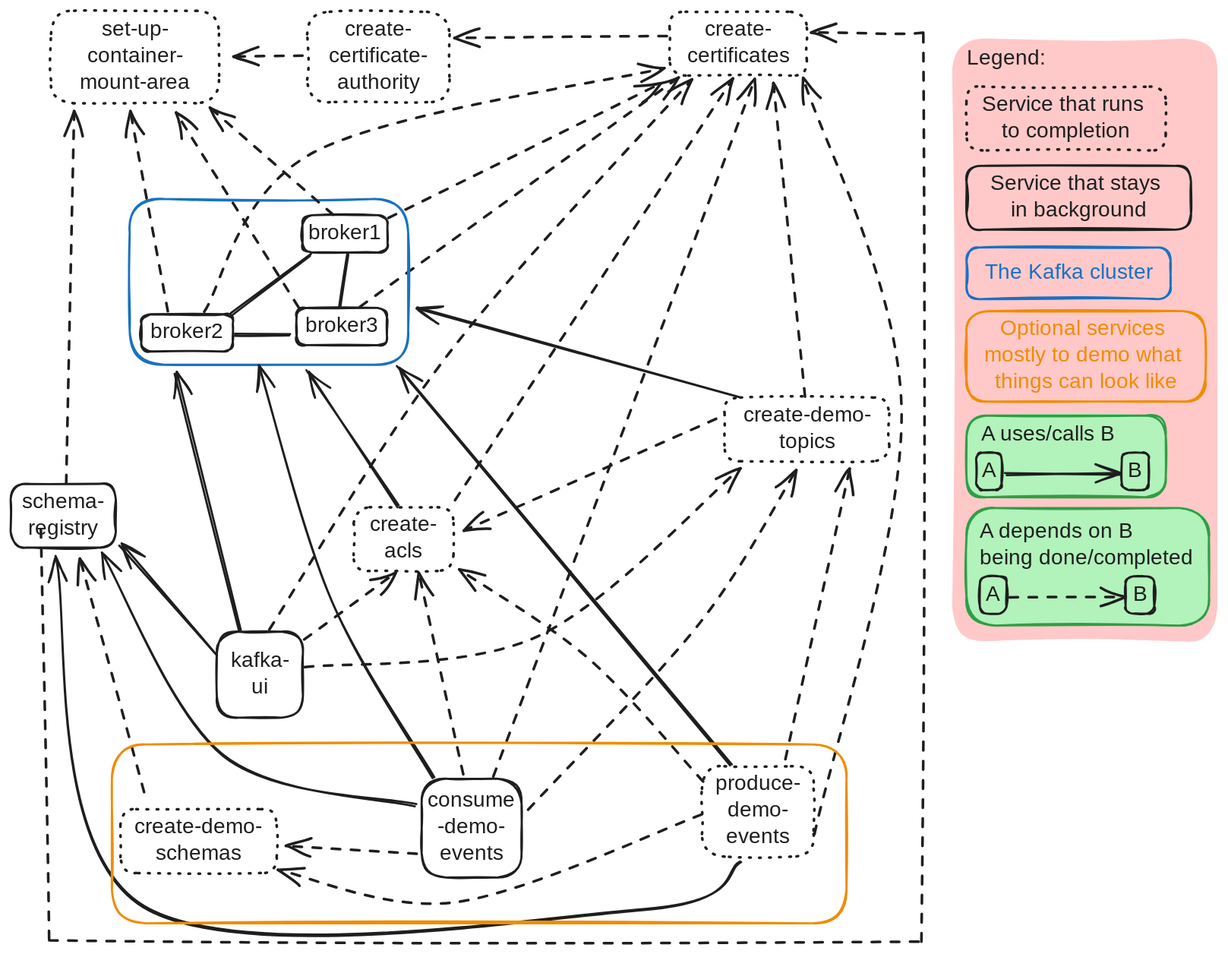
Earlier version of the Excalidraw export GetStarted/MultiBrokerClusterWithAuthAndMtls/2024-08-28T15.48_KafkaComposeDependencies.excalidraw.svg (NorskHelsenett/Kafka). Source tidied: one line per element, renumbered; positions are measured from the earlier drawing's top-left corner, leaving out a move shared by most shapes.
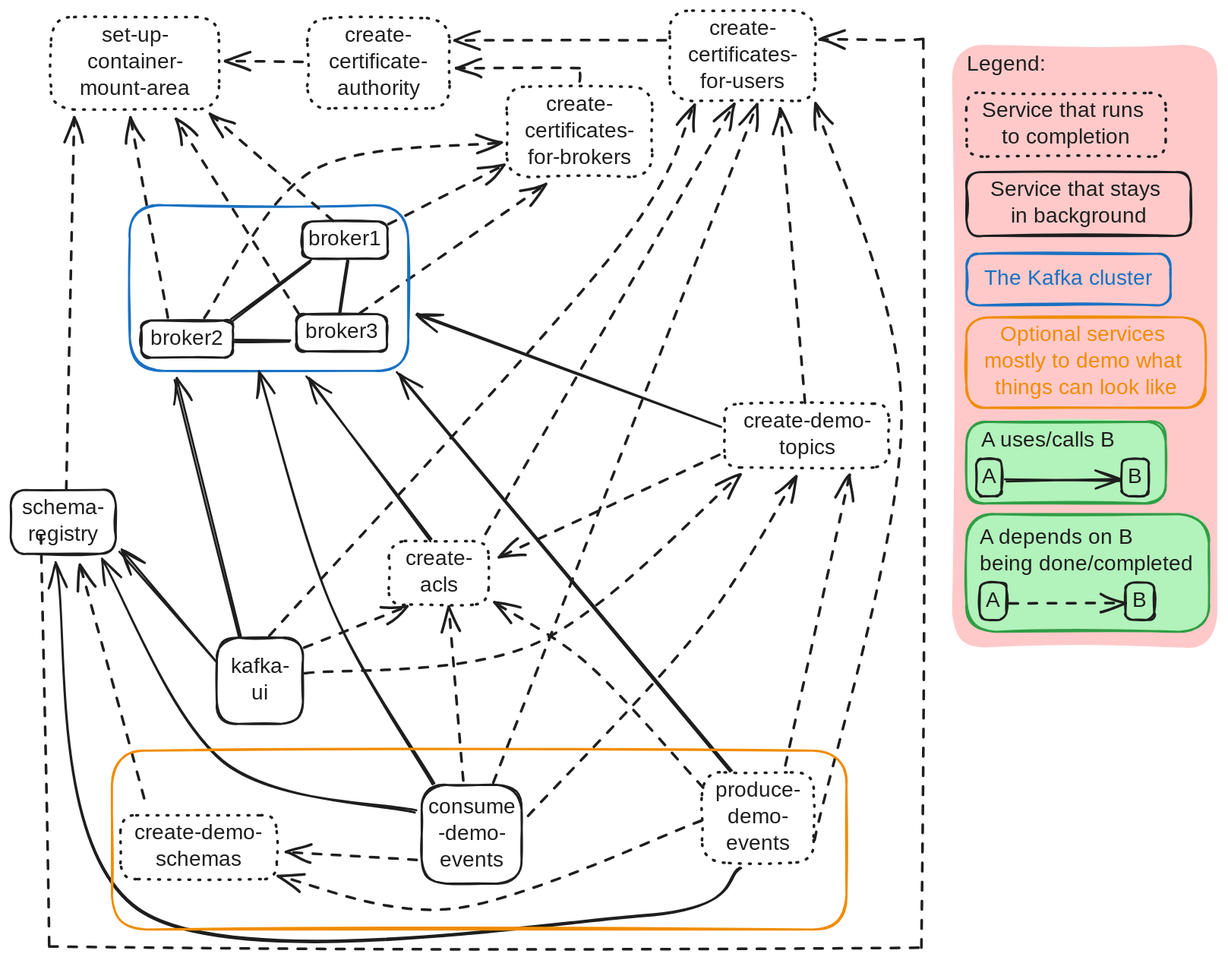
After the change.

Commit message:
Documentation: Update services overview

The edit, as a diff of the source:
```diff
@@ -3,16 +3,16 @@
 {"id": 2, "type": "text", "text": "set-up-\ncontainer-\nmount-area", "strokeColor": "#1e1e1e", "strokeWidth": 2, "roughness": 1, "fontSize": 20, "fontFamily": 5, "textAlign": "center", "verticalAlign": "middle", "inside": 1, "x": 63, "y": 6, "width": 108, "height": 75}
 {"id": 3, "type": "rectangle", "strokeColor": "#1e1e1e", "strokeWidth": 2, "strokeStyle": "dotted", "roughness": 1, "round": true, "x": 279, "y": 1, "width": 134, "height": 85}
 {"id": 4, "type": "text", "text": "create-\ncertificate-\nauthority", "strokeColor": "#1e1e1e", "strokeWidth": 2, "roughness": 1, "fontSize": 20, "fontFamily": 5, "textAlign": "center", "verticalAlign": "middle", "inside": 3, "x": 290, "y": 6, "width": 113, "height": 75}
-{"id": 5, "type": "rectangle", "strokeColor": "#1e1e1e", "strokeWidth": 2, "strokeStyle": "dotted", "roughness": 1, "round": true, "x": 620, "y": 1, "width": 129, "height": 60}
+{"id": 5, "type": "rectangle", "strokeColor": "#1e1e1e", "strokeWidth": 2, "strokeStyle": "dotted", "roughness": 1, "round": true, "x": 620, "y": -6, "width": 137, "height": 85}
-{"id": 6, "type": "text", "text": "create-\ncertificates", "strokeColor": "#1e1e1e", "strokeWidth": 2, "roughness": 1, "fontSize": 20, "fontFamily": 5, "textAlign": "center", "verticalAlign": "middle", "inside": 5, "x": 627, "y": 6, "width": 116, "height": 50}
+{"id": 6, "type": "text", "text": "create-\ncertificates-\nfor-users", "strokeColor": "#1e1e1e", "strokeWidth": 2, "roughness": 1, "fontSize": 20, "fontFamily": 5, "textAlign": "center", "verticalAlign": "middle", "inside": 5, "x": 627, "y": -1, "width": 124, "height": 75}
 {"id": 7, "type": "rectangle", "strokeColor": "#1e1e1e", "strokeWidth": 2, "roughness": 1, "round": true, "x": 275, "y": 192, "width": 80, "height": 35}
 {"id": 8, "type": "text", "text": "broker1", "strokeColor": "#1e1e1e", "strokeWidth": 2, "roughness": 1, "fontSize": 20, "fontFamily": 5, "textAlign": "center", "verticalAlign": "middle", "inside": 7, "x": 280, "y": 197, "width": 70, "height": 25}
 {"id": 9, "type": "rectangle", "strokeColor": "#1e1e1e", "strokeWidth": 2, "roughness": 1, "round": true, "x": 269, "y": 280, "width": 85, "height": 35}
 {"id": 10, "type": "text", "text": "broker3", "strokeColor": "#1e1e1e", "strokeWidth": 2, "roughness": 1, "fontSize": 20, "fontFamily": 5, "textAlign": "center", "verticalAlign": "middle", "inside": 9, "x": 275, "y": 284, "width": 73, "height": 25}
 {"id": 11, "type": "rectangle", "strokeColor": "#1e1e1e", "strokeWidth": 2, "roughness": 1, "round": true, "x": 123, "y": 286, "width": 86, "height": 35}
 {"id": 12, "type": "text", "text": "broker2", "strokeColor": "#1e1e1e", "strokeWidth": 2, "roughness": 1, "fontSize": 20, "fontFamily": 5, "textAlign": "center", "verticalAlign": "middle", "inside": 11, "x": 128, "y": 290, "width": 75, "height": 25}
-{"id": 13, "type": "rectangle", "strokeColor": "#1e1e1e", "strokeWidth": 2, "strokeStyle": "dotted", "roughness": 1, "round": true, "x": 323, "y": 467, "width": 94, "height": 60}
+{"id": 13, "type": "rectangle", "strokeColor": "#1e1e1e", "strokeWidth": 2, "strokeStyle": "dotted", "roughness": 1, "round": true, "x": 356, "y": 493, "width": 94, "height": 60}
-{"id": 14, "type": "text", "text": "create-\nacls", "strokeColor": "#1e1e1e", "strokeWidth": 2, "roughness": 1, "fontSize": 20, "fontFamily": 5, "textAlign": "center", "verticalAlign": "middle", "inside": 13, "x": 334, "y": 472, "width": 71, "height": 50}
+{"id": 14, "type": "text", "text": "create-\nacls", "strokeColor": "#1e1e1e", "strokeWidth": 2, "roughness": 1, "fontSize": 20, "fontFamily": 5, "textAlign": "center", "verticalAlign": "middle", "inside": 13, "x": 367, "y": 498, "width": 71, "height": 50}
 {"id": 15, "type": "rectangle", "strokeColor": "#1e1e1e", "strokeWidth": 2, "strokeStyle": "dotted", "roughness": 1, "round": true, "x": 672, "y": 364, "width": 155, "height": 60}
 {"id": 16, "type": "text", "text": "create-demo-\ntopics", "strokeColor": "#1e1e1e", "strokeWidth": 2, "roughness": 1, "fontSize": 20, "fontFamily": 5, "textAlign": "center", "verticalAlign": "middle", "inside": 15, "x": 685, "y": 369, "width": 127, "height": 50}
 {"id": 17, "type": "rectangle", "strokeColor": "#1e1e1e", "strokeWidth": 2, "roughness": 1, "round": true, "x": 0, "y": 445, "width": 99, "height": 60}
@@ -25,41 +25,41 @@
 {"id": 24, "type": "text", "text": "consume\n-demo-\nevents", "strokeColor": "#1e1e1e", "strokeWidth": 2, "roughness": 1, "fontSize": 20, "fontFamily": 5, "textAlign": "center", "verticalAlign": "middle", "inside": 23, "x": 394, "y": 731, "width": 79, "height": 75}
 {"id": 25, "type": "rectangle", "strokeColor": "#1e1e1e", "strokeWidth": 2, "roughness": 1, "round": true, "x": 194, "y": 584, "width": 81, "height": 81}
 {"id": 26, "type": "text", "text": "kafka-\nui", "strokeColor": "#1e1e1e", "strokeWidth": 2, "roughness": 1, "fontSize": 20, "fontFamily": 5, "textAlign": "center", "verticalAlign": "middle", "inside": 25, "x": 203, "y": 600, "width": 63, "height": 50}
-{"id": 27, "type": "arrow", "strokeColor": "#1e1e1e", "strokeWidth": 2, "strokeStyle": "dashed", "roughness": 1, "endArrowhead": "arrow", "round": true, "from": 3, "to": 1, "x": 275, "y": 42, "width": 65, "height": 2, "points": [[0, 0], [-65, 2]]}
+{"id": 27, "type": "arrow", "strokeColor": "#1e1e1e", "strokeWidth": 2, "strokeStyle": "dashed", "roughness": 1, "endArrowhead": "arrow", "round": true, "from": 3, "to": 1, "x": 275, "y": 42, "width": 73, "height": 0, "points": [[0, 0], [-73, 0]]}
-{"id": 28, "type": "arrow", "strokeColor": "#1e1e1e", "strokeWidth": 2, "strokeStyle": "dashed", "roughness": 1, "endArrowhead": "arrow", "round": true, "from": 5, "to": 3, "x": 618, "y": 25, "width": 200, "height": 2, "points": [[0, 0], [-200, 2]]}
+{"id": 28, "type": "arrow", "strokeColor": "#1e1e1e", "strokeWidth": 2, "strokeStyle": "dashed", "roughness": 1, "endArrowhead": "arrow", "round": true, "from": 5, "to": 3, "x": 617, "y": 23, "width": 199, "height": 0, "points": [[0, 0], [-199, 0]]}
-{"id": 29, "type": "arrow", "strokeColor": "#1e1e1e", "strokeWidth": 2, "strokeStyle": "dashed", "roughness": 1, "endArrowhead": "arrow", "round": true, "from": 7, "to": 5, "x": 357, "y": 194, "width": 255, "height": 126, "points": [[0, 0], [255, -126]]}
+{"id": 29, "type": "arrow", "strokeColor": "#1e1e1e", "strokeWidth": 2, "strokeStyle": "dashed", "roughness": 1, "endArrowhead": "arrow", "round": true, "from": 46, "to": 88, "x": 357, "y": 194, "width": 108, "height": 56, "points": [[0, 0], [108, -56]]}
-{"id": 30, "type": "arrow", "strokeColor": "#1e1e1e", "strokeWidth": 2, "strokeStyle": "dashed", "roughness": 1, "endArrowhead": "arrow", "round": true, "from": 11, "to": 5, "x": 183, "y": 283, "width": 431, "height": 228, "points": [[0, 0], [102, -150], [431, -228]]}
+{"id": 30, "type": "arrow", "strokeColor": "#1e1e1e", "strokeWidth": 2, "strokeStyle": "dashed", "roughness": 1, "endArrowhead": "arrow", "round": true, "from": 11, "to": 88, "x": 183, "y": 283, "width": 278, "height": 164, "points": [[0, 0], [100, -138], [278, -164]]}
-{"id": 31, "type": "arrow", "strokeColor": "#1e1e1e", "strokeWidth": 2, "strokeStyle": "dashed", "roughness": 1, "endArrowhead": "arrow", "round": true, "from": 9, "to": 5, "x": 328, "y": 278, "width": 300, "height": 215, "points": [[0, 0], [300, -215]]}
+{"id": 31, "type": "arrow", "strokeColor": "#1e1e1e", "strokeWidth": 2, "strokeStyle": "dashed", "roughness": 1, "endArrowhead": "arrow", "round": true, "from": 9, "to": 88, "x": 328, "y": 278, "width": 175, "height": 121, "points": [[0, 0], [175, -121]]}
 {"id": 32, "type": "arrow", "strokeColor": "#1e1e1e", "strokeWidth": 2, "roughness": 1, "round": true, "from": 7, "to": 11, "x": 282, "y": 229, "width": 73, "height": 55, "points": [[0, 0], [-73, 55]]}
 {"id": 33, "type": "arrow", "strokeColor": "#1e1e1e", "strokeWidth": 2, "roughness": 1, "round": true, "from": 11, "to": 9, "x": 210, "y": 305, "width": 53, "height": 0, "points": [[0, 0], [53, 0]]}
 {"id": 34, "type": "arrow", "strokeColor": "#1e1e1e", "strokeWidth": 2, "roughness": 1, "round": true, "from": 9, "to": 7, "x": 310, "y": 278, "width": 7, "height": 50, "points": [[0, 0], [7, -50]]}
-{"id": 35, "type": "arrow", "strokeColor": "#1e1e1e", "strokeWidth": 2, "strokeStyle": "dashed", "roughness": 1, "endArrowhead": "arrow", "round": true, "from": 13, "to": 5, "x": 418, "y": 459, "width": 263, "height": 394, "points": [[0, 0], [263, -394]]}
+{"id": 35, "type": "arrow", "strokeColor": "#1e1e1e", "strokeWidth": 2, "strokeStyle": "dashed", "roughness": 1, "endArrowhead": "arrow", "round": true, "from": 13, "to": 5, "x": 446, "y": 485, "width": 235, "height": 402, "points": [[0, 0], [235, -402]]}
-{"id": 36, "type": "arrow", "strokeColor": "#1e1e1e", "strokeWidth": 2, "strokeStyle": "dashed", "roughness": 1, "endArrowhead": "arrow", "round": true, "from": 15, "to": 13, "x": 664, "y": 384, "width": 237, "height": 105, "points": [[0, 0], [-237, 105]]}
+{"id": 36, "type": "arrow", "strokeColor": "#1e1e1e", "strokeWidth": 2, "strokeStyle": "dashed", "roughness": 1, "endArrowhead": "arrow", "round": true, "from": 15, "to": 13, "x": 667, "y": 412, "width": 207, "height": 96, "points": [[0, 0], [-207, 96]]}
-{"id": 37, "type": "arrow", "strokeColor": "#1e1e1e", "strokeWidth": 2, "strokeStyle": "dashed", "roughness": 1, "endArrowhead": "arrow", "round": true, "from": 15, "to": 5, "x": 746, "y": 363, "width": 28, "height": 296, "points": [[0, 0], [-28, -296]]}
+{"id": 37, "type": "arrow", "strokeColor": "#1e1e1e", "strokeWidth": 2, "strokeStyle": "dashed", "roughness": 1, "endArrowhead": "arrow", "round": true, "from": 15, "to": 5, "x": 746, "y": 363, "width": 22, "height": 278, "points": [[0, 0], [-22, -278]]}
 {"id": 38, "type": "arrow", "strokeColor": "#1e1e1e", "strokeWidth": 2, "strokeStyle": "dashed", "roughness": 1, "endArrowhead": "arrow", "round": true, "from": 19, "to": 17, "x": 124, "y": 735, "width": 60, "height": 219, "points": [[0, 0], [-60, -219]]}
-{"id": 39, "type": "arrow", "strokeColor": "#1e1e1e", "strokeWidth": 2, "strokeStyle": "dashed", "roughness": 1, "endArrowhead": "arrow", "to": 5, "x": 28, "y": 487, "width": 830, "height": 855, "points": [[0, 0], [8, 387], [828, 388], [830, -467], [725, -467]]}
+{"id": 39, "type": "arrow", "strokeColor": "#1e1e1e", "strokeWidth": 2, "strokeStyle": "dashed", "roughness": 1, "endArrowhead": "arrow", "to": 5, "x": 28, "y": 487, "width": 830, "height": 855, "points": [[0, 0], [8, 387], [828, 388], [830, -467], [733, -466]]}
 {"id": 40, "type": "arrow", "strokeColor": "#1e1e1e", "strokeWidth": 2, "strokeStyle": "dashed", "roughness": 1, "endArrowhead": "arrow", "round": true, "from": 21, "to": 19, "x": 649, "y": 755, "width": 398, "height": 83, "points": [[0, 0], [-230, 83], [-398, 53]]}
 {"id": 41, "type": "arrow", "strokeColor": "#1e1e1e", "strokeWidth": 2, "strokeStyle": "dashed", "roughness": 1, "endArrowhead": "arrow", "round": true, "from": 23, "to": 19, "x": 382, "y": 794, "width": 124, "height": 9, "points": [[0, 0], [-124, -9]]}
 {"id": 42, "type": "arrow", "strokeColor": "#1e1e1e", "strokeWidth": 2, "strokeStyle": "dashed", "roughness": 1, "endArrowhead": "arrow", "round": true, "from": 21, "to": 15, "x": 728, "y": 704, "width": 62, "height": 272, "points": [[0, 0], [62, -272]]}
-{"id": 43, "type": "arrow", "strokeColor": "#1e1e1e", "strokeWidth": 2, "strokeStyle": "dashed", "roughness": 1, "endArrowhead": "arrow", "round": true, "from": 21, "to": 13, "x": 653, "y": 725, "width": 230, "height": 200, "points": [[0, 0], [-109, -115], [-230, -200]]}
+{"id": 43, "type": "arrow", "strokeColor": "#1e1e1e", "strokeWidth": 2, "strokeStyle": "dashed", "roughness": 1, "endArrowhead": "arrow", "round": true, "from": 21, "to": 13, "x": 653, "y": 725, "width": 197, "height": 175, "points": [[0, 0], [-109, -115], [-197, -175]]}
 {"id": 44, "type": "arrow", "strokeColor": "#1e1e1e", "strokeWidth": 2, "strokeStyle": "dashed", "roughness": 1, "endArrowhead": "arrow", "round": true, "from": 23, "to": 15, "x": 488, "y": 751, "width": 251, "height": 318, "points": [[0, 0], [159, -175], [251, -318]]}
-{"id": 45, "type": "arrow", "strokeColor": "#1e1e1e", "strokeWidth": 2, "strokeStyle": "dashed", "roughness": 1, "endArrowhead": "arrow", "round": true, "from": 23, "to": 13, "x": 426, "y": 718, "width": 43, "height": 189, "points": [[0, 0], [-43, -189]]}
+{"id": 45, "type": "arrow", "strokeColor": "#1e1e1e", "strokeWidth": 2, "strokeStyle": "dashed", "roughness": 1, "endArrowhead": "arrow", "round": true, "from": 23, "to": 13, "x": 426, "y": 718, "width": 15, "height": 163, "points": [[0, 0], [-15, -163]]}
 {"id": 46, "type": "rectangle", "strokeColor": "#1971c2", "strokeWidth": 2, "roughness": 1, "round": true, "x": 112, "y": 177, "width": 262, "height": 156}
-{"id": 47, "type": "arrow", "strokeColor": "#1e1e1e", "strokeWidth": 2, "roughness": 1, "endArrowhead": "arrow", "round": true, "from": 13, "to": 46, "x": 364, "y": 466, "width": 85, "height": 128, "points": [[0, 0], [-85, -128]]}
+{"id": 47, "type": "arrow", "strokeColor": "#1e1e1e", "strokeWidth": 2, "roughness": 1, "endArrowhead": "arrow", "round": true, "from": 13, "to": 46, "x": 395, "y": 492, "width": 116, "height": 154, "points": [[0, 0], [-116, -154]]}
-{"id": 48, "type": "arrow", "strokeColor": "#1e1e1e", "strokeWidth": 2, "roughness": 1, "endArrowhead": "arrow", "round": true, "from": 15, "to": 46, "x": 687, "y": 362, "width": 305, "height": 82, "points": [[0, 0], [-305, -82]]}
+{"id": 48, "type": "arrow", "strokeColor": "#1e1e1e", "strokeWidth": 2, "roughness": 1, "endArrowhead": "arrow", "round": true, "from": 15, "to": 46, "x": 669, "y": 384, "width": 287, "height": 104, "points": [[0, 0], [-287, -104]]}
 {"id": 49, "type": "arrow", "strokeColor": "#1e1e1e", "strokeWidth": 2, "roughness": 1, "endArrowhead": "arrow", "round": true, "from": 21, "to": 46, "x": 678, "y": 710, "width": 314, "height": 376, "points": [[0, 0], [-314, -376]]}
 {"id": 50, "type": "arrow", "strokeColor": "#1e1e1e", "strokeWidth": 2, "roughness": 1, "endArrowhead": "arrow", "round": true, "from": 23, "to": 46, "x": 398, "y": 721, "width": 165, "height": 386, "points": [[0, 0], [-97, -169], [-165, -386]]}
 {"id": 51, "type": "arrow", "strokeColor": "#1e1e1e", "strokeWidth": 2, "roughness": 1, "endArrowhead": "arrow", "round": true, "from": 25, "to": 46, "x": 216, "y": 583, "width": 60, "height": 242, "points": [[0, 0], [-60, -242]]}
-{"id": 52, "type": "arrow", "strokeColor": "#1e1e1e", "strokeWidth": 2, "roughness": 1, "endArrowhead": "arrow", "round": true, "from": 25, "to": 17, "x": 193, "y": 607, "width": 90, "height": 104, "points": [[0, 0], [-90, -104]]}
+{"id": 52, "type": "arrow", "strokeColor": "#1e1e1e", "strokeWidth": 2, "roughness": 1, "endArrowhead": "arrow", "round": true, "from": 25, "to": 17, "x": 193, "y": 608, "width": 90, "height": 105, "points": [[0, 0], [-90, -105]]}
 {"id": 53, "type": "arrow", "strokeColor": "#1e1e1e", "strokeWidth": 2, "strokeStyle": "dashed", "roughness": 1, "endArrowhead": "arrow", "round": true, "from": 25, "to": 15, "x": 276, "y": 618, "width": 412, "height": 187, "points": [[0, 0], [219, -29], [412, -187]]}
-{"id": 54, "type": "arrow", "strokeColor": "#1e1e1e", "strokeWidth": 2, "strokeStyle": "dashed", "roughness": 1, "endArrowhead": "arrow", "round": true, "from": 25, "to": 13, "x": 276, "y": 590, "width": 86, "height": 62, "points": [[0, 0], [86, -62]]}
+{"id": 54, "type": "arrow", "strokeColor": "#1e1e1e", "strokeWidth": 2, "strokeStyle": "dashed", "roughness": 1, "endArrowhead": "arrow", "round": true, "from": 25, "to": 13, "x": 276, "y": 592, "width": 96, "height": 38, "points": [[0, 0], [96, -38]]}
-{"id": 55, "type": "arrow", "strokeColor": "#1e1e1e", "strokeWidth": 2, "strokeStyle": "dashed", "roughness": 1, "endArrowhead": "arrow", "round": true, "from": 25, "to": 5, "x": 244, "y": 583, "width": 397, "height": 518, "points": [[0, 0], [167, -260], [397, -518]]}
+{"id": 55, "type": "arrow", "strokeColor": "#1e1e1e", "strokeWidth": 2, "strokeStyle": "dashed", "roughness": 1, "endArrowhead": "arrow", "round": true, "from": 25, "to": 5, "x": 244, "y": 583, "width": 400, "height": 500, "points": [[0, 0], [321, -359], [400, -500]]}
 {"id": 56, "type": "arrow", "strokeColor": "#1e1e1e", "strokeWidth": 2, "strokeStyle": "dashed", "roughness": 1, "endArrowhead": "arrow", "round": true, "from": 17, "to": 1, "x": 52, "y": 444, "width": 9, "height": 350, "points": [[0, 0], [9, -350]]}
 {"id": 57, "type": "arrow", "strokeColor": "#1e1e1e", "strokeWidth": 2, "strokeStyle": "dashed", "roughness": 1, "endArrowhead": "arrow", "round": true, "from": 7, "to": 1, "x": 303, "y": 191, "width": 116, "height": 99, "points": [[0, 0], [-116, -99]]}
 {"id": 58, "type": "arrow", "strokeColor": "#1e1e1e", "strokeWidth": 2, "strokeStyle": "dashed", "roughness": 1, "endArrowhead": "arrow", "round": true, "from": 11, "to": 1, "x": 148, "y": 284, "width": 35, "height": 188, "points": [[0, 0], [-35, -188]]}
 {"id": 59, "type": "arrow", "strokeColor": "#1e1e1e", "strokeWidth": 2, "strokeStyle": "dashed", "roughness": 1, "endArrowhead": "arrow", "round": true, "from": 9, "to": 1, "x": 270, "y": 278, "width": 114, "height": 184, "points": [[0, 0], [-114, -184]]}
-{"id": 60, "type": "arrow", "strokeColor": "#1e1e1e", "strokeWidth": 2, "strokeStyle": "dashed", "roughness": 1, "endArrowhead": "arrow", "round": true, "from": 23, "to": 5, "x": 454, "y": 719, "width": 247, "height": 655, "points": [[0, 0], [247, -655]]}
+{"id": 60, "type": "arrow", "strokeColor": "#1e1e1e", "strokeWidth": 2, "strokeStyle": "dashed", "roughness": 1, "endArrowhead": "arrow", "round": true, "from": 23, "to": 5, "x": 454, "y": 719, "width": 249, "height": 637, "points": [[0, 0], [249, -637]]}
-{"id": 61, "type": "arrow", "strokeColor": "#1e1e1e", "strokeWidth": 2, "strokeStyle": "dashed", "roughness": 1, "endArrowhead": "arrow", "round": true, "from": 64, "to": 5, "x": 756, "y": 776, "width": 91, "height": 714, "points": [[0, 0], [81, -399], [-10, -714]]}
+{"id": 61, "type": "arrow", "strokeColor": "#1e1e1e", "strokeWidth": 2, "strokeStyle": "dashed", "roughness": 1, "endArrowhead": "arrow", "round": true, "from": 64, "to": 5, "x": 756, "y": 776, "width": 81, "height": 696, "points": [[0, 0], [81, -399], [1, -696]]}
 {"id": 62, "type": "arrow", "strokeColor": "#1e1e1e", "strokeWidth": 2, "roughness": 1, "endArrowhead": "arrow", "round": true, "from": 23, "to": 17, "x": 382, "y": 747, "width": 294, "height": 236, "points": [[0, 0], [-182, -46], [-294, -236]]}
 {"id": 63, "type": "arrow", "strokeColor": "#1e1e1e", "strokeWidth": 2, "roughness": 1, "endArrowhead": "arrow", "round": true, "from": 21, "to": 17, "x": 687, "y": 800, "width": 644, "height": 333, "points": [[0, 0], [-92, 46], [-562, 42], [-644, -286]]}
 {"id": 64, "type": "rectangle", "strokeColor": "#f08c00", "strokeWidth": 2, "roughness": 1, "round": true, "x": 95, "y": 690, "width": 691, "height": 168}
@@ -86,3 +86,6 @@
 {"id": 85, "type": "text", "text": "B", "strokeColor": "#1e1e1e", "strokeWidth": 2, "roughness": 1, "fontSize": 20, "fontFamily": 5, "textAlign": "center", "verticalAlign": "middle", "inside": 84, "x": 1054, "y": 537, "width": 16, "height": 25}
 {"id": 86, "type": "arrow", "strokeColor": "#1e1e1e", "strokeWidth": 2, "strokeStyle": "dashed", "roughness": 1, "endArrowhead": "arrow", "round": true, "from": 82, "to": 84, "x": 940, "y": 552, "width": 108, "height": 0, "points": [[0, 0], [108, 0]]}
 {"id": 87, "type": "text", "text": "A depends on B\nbeing done/completed", "strokeColor": "#1e1e1e", "strokeWidth": 2, "roughness": 1, "fontSize": 20, "fontFamily": 5, "x": 912, "y": 478, "width": 208, "height": 50}
+{"id": 88, "type": "rectangle", "strokeColor": "#1e1e1e", "strokeWidth": 2, "strokeStyle": "dotted", "roughness": 1, "round": true, "x": 467, "y": 66, "width": 137, "height": 85}
+{"id": 89, "type": "text", "text": "create-\ncertificates-\nfor-brokers", "strokeColor": "#1e1e1e", "strokeWidth": 2, "roughness": 1, "fontSize": 20, "fontFamily": 5, "textAlign": "center", "verticalAlign": "middle", "inside": 88, "x": 473, "y": 71, "width": 124, "height": 75}
+{"id": 90, "type": "arrow", "strokeColor": "#1e1e1e", "strokeWidth": 2, "strokeStyle": "dashed", "roughness": 1, "endArrowhead": "arrow", "from": 88, "to": 3, "x": 535, "y": 66, "width": 116, "height": 13, "points": [[0, -5], [0, -18], [-116, -18]]}
```
